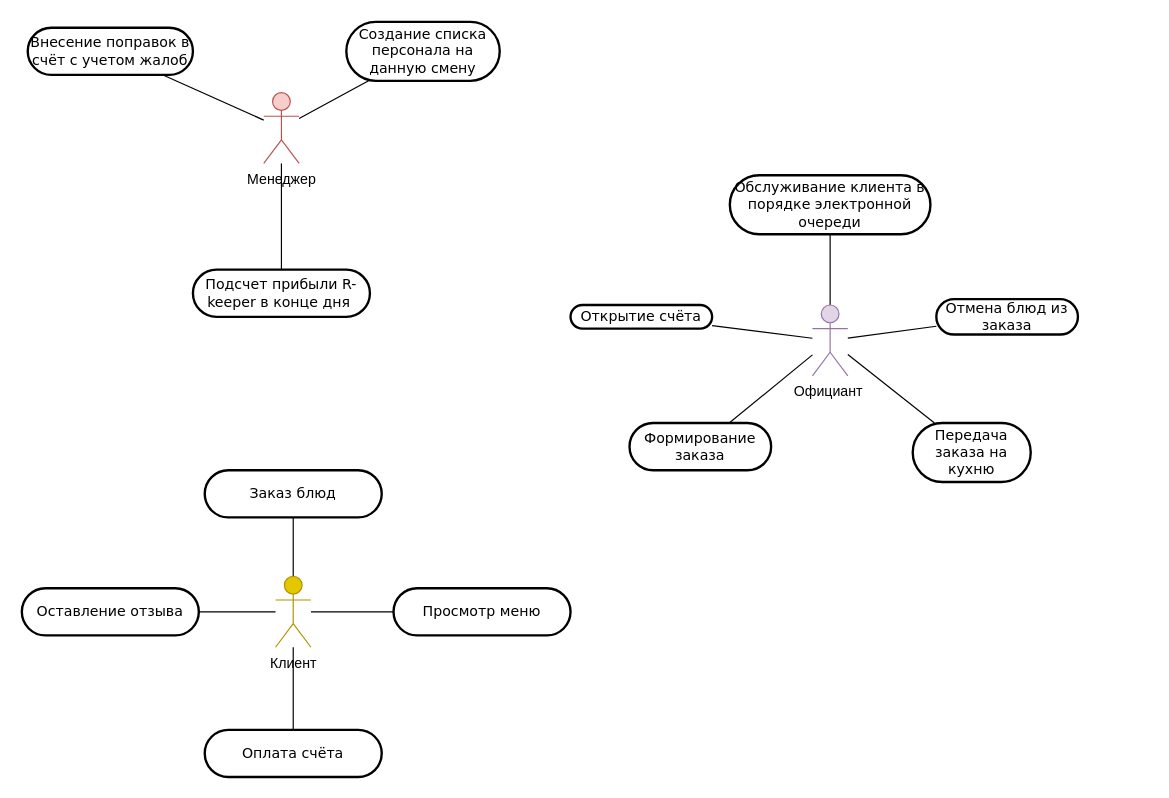
Earlier version of the draw.io diagram Use Case Diagram.drawio (maria-kuchina262002/mypracticework). Source tidied: cells renumbered, new cells numbered last; positions are measured from the earlier drawing's top-left corner, leaving out a move shared by most shapes. Both pictures are drawn from the tidied source at 118%, with x=0, y=0 at pixel (21, 21).
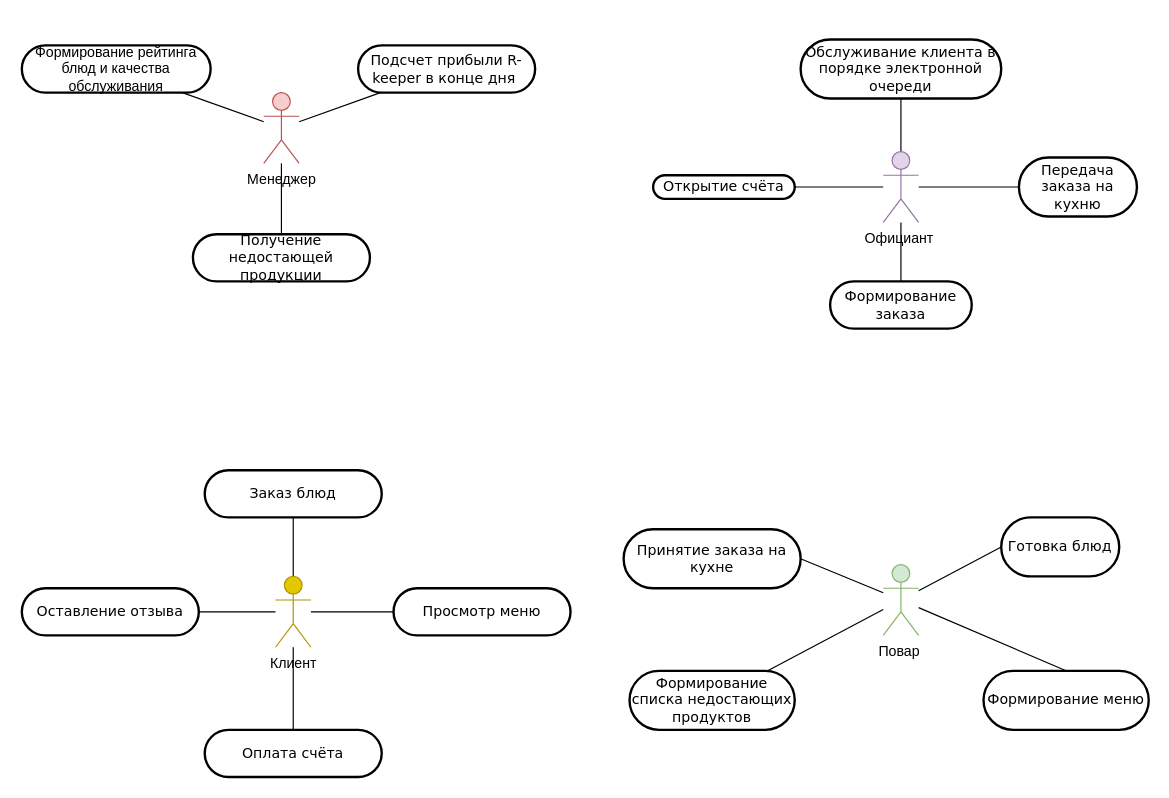
The same diagram, later.

The change refers to these unchanged cells:
```xml
<mxCell id="13" value="Менеджер" style="shape=umlActor;verticalLabelPosition=bottom;verticalAlign=top;html=1;outlineConnect=0;fillColor=#f8cecc;strokeColor=#b85450;" parent="1" vertex="1">
  <mxGeometry x="205" y="60" width="30" height="60" as="geometry" />
</mxCell>
```

Diff of the diagram source:
```diff
@@
-    <mxCell id="2" value="Внесение поправок в счёт с учетом жалоб" style="whiteSpace=wrap;html=1;rounded=1;shadow=0;comic=0;labelBackgroundColor=none;strokeWidth=2;fontFamily=Verdana;fontSize=12;align=center;arcSize=50;" parent="1" vertex="1">
-      <mxGeometry x="5" y="5" width="140" height="40" as="geometry" />
+    <mxCell id="2" value="&lt;span style=&quot;font-family: &amp;#34;helvetica&amp;#34;&quot;&gt;Формирование рейтинга блюд и качества обслуживания&lt;/span&gt;" style="whiteSpace=wrap;html=1;rounded=1;shadow=0;comic=0;labelBackgroundColor=none;strokeWidth=2;fontFamily=Verdana;fontSize=12;align=center;arcSize=50;" parent="1" vertex="1">
+      <mxGeometry y="20" width="160" height="40" as="geometry" />
     </mxCell>
-    <mxCell id="3" value="Создание списка персонала на данную смену" style="whiteSpace=wrap;html=1;rounded=1;shadow=0;comic=0;labelBackgroundColor=none;strokeWidth=2;fontFamily=Verdana;fontSize=12;align=center;arcSize=50;" parent="1" vertex="1">
-      <mxGeometry x="275" width="130" height="50" as="geometry" />
-    </mxCell>
     <mxCell id="4" value="Открытие счёта" style="whiteSpace=wrap;html=1;rounded=1;shadow=0;comic=0;labelBackgroundColor=none;strokeWidth=2;fontFamily=Verdana;fontSize=12;align=center;arcSize=50;" parent="1" vertex="1">
-      <mxGeometry x="465" y="240" width="120" height="20" as="geometry" />
+      <mxGeometry x="535" y="130" width="120" height="20" as="geometry" />
     </mxCell>
     <mxCell id="5" value="Обслуживание клиента в порядке электронной очереди" style="whiteSpace=wrap;html=1;rounded=1;shadow=0;comic=0;labelBackgroundColor=none;strokeWidth=2;fontFamily=Verdana;fontSize=12;align=center;arcSize=50;" parent="1" vertex="1">
-      <mxGeometry x="600" y="130" width="170" height="50" as="geometry" />
+      <mxGeometry x="660" y="15" width="170" height="50" as="geometry" />
     </mxCell>
-    <mxCell id="6" value="Отмена блюд из заказа" style="whiteSpace=wrap;html=1;rounded=1;shadow=0;comic=0;labelBackgroundColor=none;strokeWidth=2;fontFamily=Verdana;fontSize=12;align=center;arcSize=50;" parent="1" vertex="1">
-      <mxGeometry x="775" y="235" width="120" height="30" as="geometry" />
-    </mxCell>
     <mxCell id="7" value="Передача заказа на кухню" style="whiteSpace=wrap;html=1;rounded=1;shadow=0;comic=0;labelBackgroundColor=none;strokeWidth=2;fontFamily=Verdana;fontSize=12;align=center;arcSize=50;" parent="1" vertex="1">
-      <mxGeometry x="755" y="340" width="100" height="50" as="geometry" />
+      <mxGeometry x="845" y="115" width="100" height="50" as="geometry" />
     </mxCell>
     <mxCell id="8" value="Формирование заказа" style="whiteSpace=wrap;html=1;rounded=1;shadow=0;comic=0;labelBackgroundColor=none;strokeWidth=2;fontFamily=Verdana;fontSize=12;align=center;arcSize=50;" parent="1" vertex="1">
-      <mxGeometry x="515" y="340" width="120" height="40" as="geometry" />
+      <mxGeometry x="685" y="220" width="120" height="40" as="geometry" />
     </mxCell>
     <mxCell id="9" value="Подсчет прибыли R-keeper в конце дня&amp;nbsp;" style="whiteSpace=wrap;html=1;rounded=1;shadow=0;comic=0;labelBackgroundColor=none;strokeWidth=2;fontFamily=Verdana;fontSize=12;align=center;arcSize=50;" parent="1" vertex="1">
-      <mxGeometry x="145" y="210" width="150" height="40" as="geometry" />
+      <mxGeometry x="285" y="20" width="150" height="40" as="geometry" />
     </mxCell>
@@
-    <mxCell id="11" style="edgeStyle=none;jettySize=auto;html=1;endArrow=none;endFill=0;strokeColor=default;" parent="1" edge="1" source="13" target="3">
-      <mxGeometry relative="1" as="geometry" />
-    </mxCell>
@@
+    <mxCell id="29" style="rounded=0;jettySize=auto;html=1;entryX=0.5;entryY=0;entryDx=0;entryDy=0;startArrow=none;startFill=0;endArrow=none;endFill=0;" parent="1" edge="1" source="13" target="30">
+      <mxGeometry relative="1" as="geometry" />
+    </mxCell>
@@
-    <mxCell id="14" style="edgeStyle=none;jettySize=auto;html=1;endArrow=none;endFill=0;strokeColor=default;" parent="1" edge="1" source="19" target="6">
-      <mxGeometry relative="1" as="geometry" />
-    </mxCell>
@@
     <mxCell id="19" value="Официант&amp;nbsp;" style="shape=umlActor;verticalLabelPosition=bottom;verticalAlign=top;html=1;outlineConnect=0;fillColor=#e1d5e7;strokeColor=#9673a6;" parent="1" vertex="1">
-      <mxGeometry x="670" y="240" width="30" height="60" as="geometry" />
+      <mxGeometry x="730" y="110" width="30" height="60" as="geometry" />
     </mxCell>
@@
+    <mxCell id="30" value="Получение недостающей продукции" style="whiteSpace=wrap;html=1;rounded=1;shadow=0;comic=0;labelBackgroundColor=none;strokeWidth=2;fontFamily=Verdana;fontSize=12;align=center;arcSize=50;" parent="1" vertex="1">
+      <mxGeometry x="145" y="180" width="150" height="40" as="geometry" />
+    </mxCell>
+    <mxCell id="31" style="edgeStyle=none;rounded=0;jettySize=auto;html=1;entryX=1;entryY=0.5;entryDx=0;entryDy=0;startArrow=none;startFill=0;endArrow=none;endFill=0;" parent="1" edge="1" source="35" target="38">
+      <mxGeometry relative="1" as="geometry" />
+    </mxCell>
+    <mxCell id="32" style="edgeStyle=none;rounded=0;jettySize=auto;html=1;startArrow=none;startFill=0;endArrow=none;endFill=0;" parent="1" edge="1" source="35" target="37">
+      <mxGeometry relative="1" as="geometry" />
+    </mxCell>
+    <mxCell id="33" style="edgeStyle=none;rounded=0;jettySize=auto;html=1;entryX=0;entryY=0.5;entryDx=0;entryDy=0;startArrow=none;startFill=0;endArrow=none;endFill=0;" parent="1" edge="1" source="35" target="36">
+      <mxGeometry relative="1" as="geometry" />
+    </mxCell>
+    <mxCell id="34" style="edgeStyle=none;rounded=0;jettySize=auto;html=1;entryX=0.5;entryY=0;entryDx=0;entryDy=0;startArrow=none;startFill=0;endArrow=none;endFill=0;" parent="1" edge="1" source="35" target="39">
+      <mxGeometry relative="1" as="geometry" />
+    </mxCell>
+    <mxCell id="35" value="Повар&amp;nbsp;" style="shape=umlActor;verticalLabelPosition=bottom;verticalAlign=top;html=1;outlineConnect=0;fillColor=#d5e8d4;strokeColor=#82b366;" parent="1" vertex="1">
+      <mxGeometry x="730" y="460" width="30" height="60" as="geometry" />
+    </mxCell>
+    <mxCell id="36" value="Готовка блюд" style="whiteSpace=wrap;html=1;rounded=1;shadow=0;comic=0;labelBackgroundColor=none;strokeWidth=2;fontFamily=Verdana;fontSize=12;align=center;arcSize=50;" parent="1" vertex="1">
+      <mxGeometry x="830" y="420" width="100" height="50" as="geometry" />
+    </mxCell>
+    <mxCell id="37" value="Формирование списка недостающих продуктов" style="whiteSpace=wrap;html=1;rounded=1;shadow=0;comic=0;labelBackgroundColor=none;strokeWidth=2;fontFamily=Verdana;fontSize=12;align=center;arcSize=50;" parent="1" vertex="1">
+      <mxGeometry x="515" y="550" width="140" height="50" as="geometry" />
+    </mxCell>
+    <mxCell id="38" value="Принятие заказа на кухне" style="whiteSpace=wrap;html=1;rounded=1;shadow=0;comic=0;labelBackgroundColor=none;strokeWidth=2;fontFamily=Verdana;fontSize=12;align=center;arcSize=50;" parent="1" vertex="1">
+      <mxGeometry x="510" y="430" width="150" height="50" as="geometry" />
+    </mxCell>
+    <mxCell id="39" value="Формирование меню" style="whiteSpace=wrap;html=1;rounded=1;shadow=0;comic=0;labelBackgroundColor=none;strokeWidth=2;fontFamily=Verdana;fontSize=12;align=center;arcSize=50;" parent="1" vertex="1">
+      <mxGeometry x="815" y="550" width="140" height="50" as="geometry" />
+    </mxCell>
```
